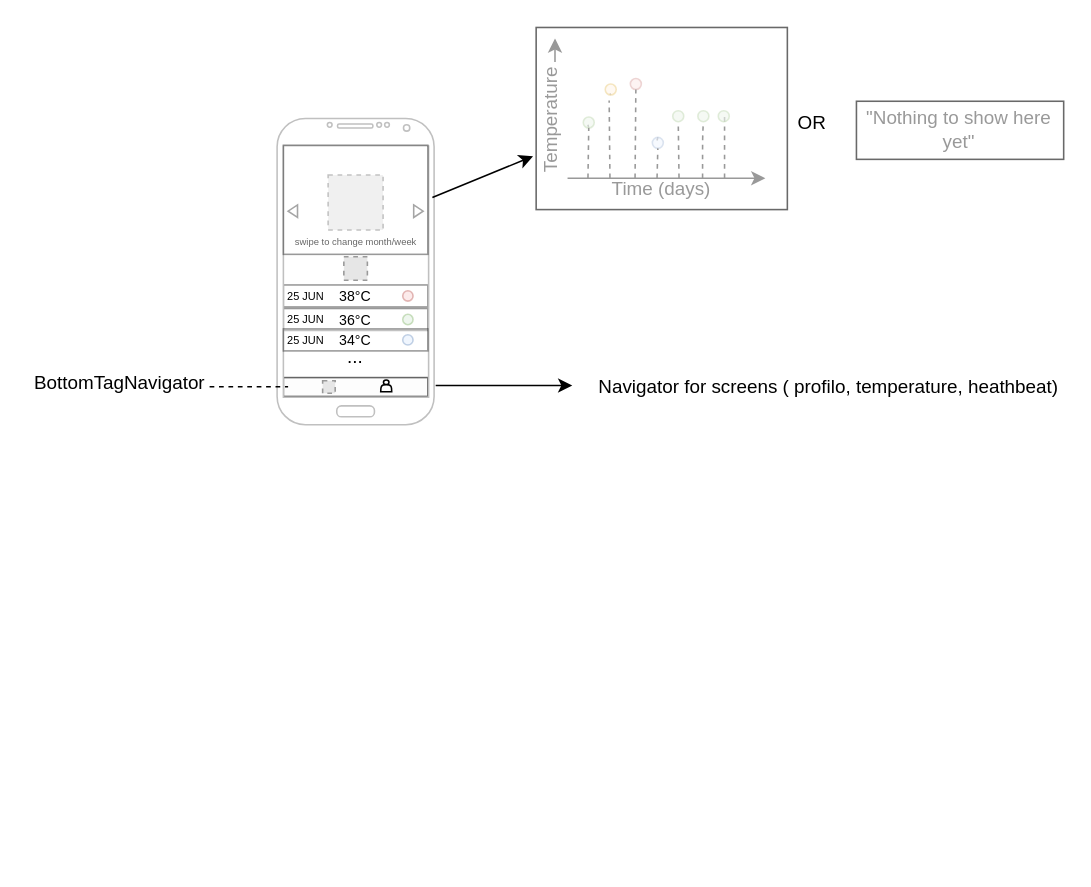
The draw.io diagram docs/mockups/DianaMockup.drawio in Chiyo-no-sake/Diana-Glasses-Application, before the edit. Source tidied: cells renumbered, new cells numbered last; positions are measured from the earlier drawing's top-left corner, leaving out a move shared by most shapes. Both pictures are drawn from the tidied source at 157%, with x=0, y=0 at pixel (27, 27). Pictures stored in the file or linked from it are replaced by grey dashed boxes.
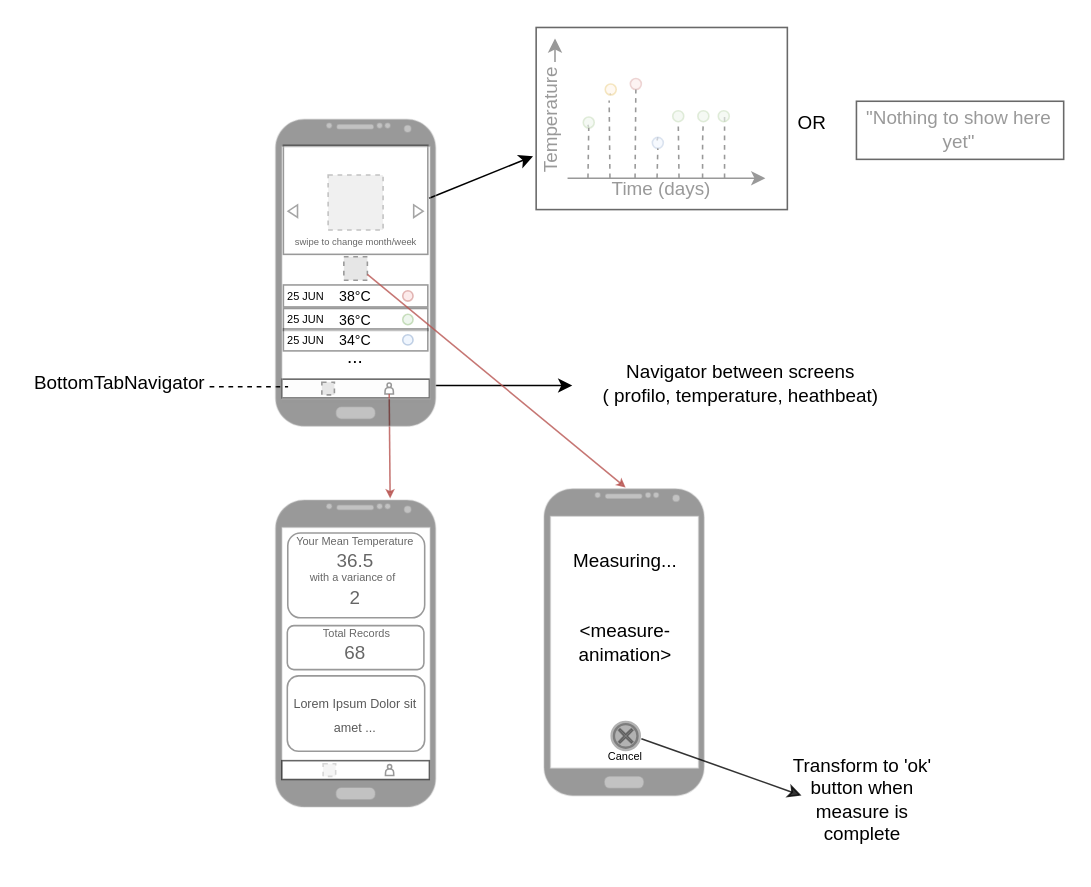
The same diagram, later.

Commit message:
Update DianaMockup.drawio, Prototype screens completed

Unchanged cells that the change refers to:
```xml
<mxCell id="11" style="group;" parent="1" vertex="1">
  <mxGeometry x="163" y="179" width="96" height="74" as="geometry" />
</mxCell>
<mxCell id="20" style="fillColor=#E6E6E6;strokeColor=#999999;dashed=1;html=1;verticalAlign=top;verticalLabelPosition=bottom;labelBackgroundColor=#ffffff;" parent="1" vertex="1">
  <mxGeometry x="201.5" y="146" width="15" height="15" as="geometry" />
</mxCell>
```

Change to the diagram source:
```diff
@@
-    <mxCell id="3" style="group;fillColor=#FCFCFC;strokeColor=none;fontColor=#333333;" parent="1" vertex="1">
-      <mxGeometry x="163" y="223" width="92" height="15" as="geometry" />
-    </mxCell>
-    <mxCell id="4" style="rounded=0;whiteSpace=wrap;html=1;opacity=60;fillColor=#FFFFFF;" parent="3" vertex="1">
-      <mxGeometry width="92" height="12" as="geometry" />
-    </mxCell>
-    <mxCell id="5" style="fillColor=#E6E6E6;strokeColor=#999999;dashed=1;html=1;verticalAlign=top;verticalLabelPosition=bottom;labelBackgroundColor=#ffffff;" parent="3" vertex="1">
-      <mxGeometry x="25" y="2" width="8" height="8" as="geometry" />
-    </mxCell>
-    <mxCell id="6" style="shape=actor;whiteSpace=wrap;html=1;" parent="3" vertex="1">
-      <mxGeometry x="62" y="1.5" width="7" height="7.5" as="geometry" />
-    </mxCell>
@@
-    <mxCell id="15" style="verticalLabelPosition=bottom;verticalAlign=top;html=1;shadow=0;dashed=0;strokeWidth=1;shape=mxgraph.android.phone2;strokeColor=#c0c0c0;" parent="11" vertex="1">
-      <mxGeometry x="-4" y="-121" width="100" height="195" as="geometry" />
-    </mxCell>
+    <mxCell id="3" style="group;fillColor=#FCFCFC;strokeColor=none;fontColor=#333333;" parent="11" vertex="1">
+      <mxGeometry x="-1" y="45" width="94" height="15" as="geometry" />
+    </mxCell>
+    <mxCell id="4" style="rounded=0;whiteSpace=wrap;html=1;opacity=60;fillColor=#FFFFFF;" parent="3" vertex="1">
+      <mxGeometry width="94" height="12" as="geometry" />
+    </mxCell>
+    <mxCell id="5" style="fillColor=#E6E6E6;strokeColor=#999999;dashed=1;html=1;verticalAlign=top;verticalLabelPosition=bottom;labelBackgroundColor=#ffffff;" parent="3" vertex="1">
+      <mxGeometry x="25.5" y="2" width="8" height="8" as="geometry" />
+    </mxCell>
+    <mxCell id="6" style="shape=actor;whiteSpace=wrap;html=1;opacity=40;" parent="3" vertex="1">
+      <mxGeometry x="65.7" y="2.5" width="5.4" height="7" as="geometry" />
+    </mxCell>
@@
-    <mxCell id="21" style="endArrow=classic;html=1;exitX=0.989;exitY=0.258;exitDx=0;exitDy=0;exitPerimeter=0;" parent="1" edge="1" source="15">
+    <mxCell id="21" style="endArrow=classic;html=1;exitX=0.959;exitY=0.257;exitDx=0;exitDy=0;exitPerimeter=0;" parent="1" edge="1" source="62">
       <mxGeometry relative="1" as="geometry">
         <mxPoint x="322" y="82" as="targetPoint" />
       </mxGeometry>
     </mxCell>
@@
-    <mxCell id="58" value="BottomTagNavigator" style="text;html=1;strokeColor=none;fillColor=none;align=center;verticalAlign=middle;whiteSpace=wrap;rounded=0;opacity=60;" parent="1" vertex="1">
+    <mxCell id="58" value="BottomTabNavigator" style="text;html=1;strokeColor=none;fillColor=none;align=center;verticalAlign=middle;whiteSpace=wrap;rounded=0;opacity=60;" parent="1" vertex="1">
       <mxGeometry y="219" width="118" height="16" as="geometry" />
     </mxCell>
-    <mxCell id="59" value="Navigator for screens ( profilo, temperature, heathbeat)" style="text;html=1;align=center;verticalAlign=middle;" parent="1" vertex="1">
-      <mxGeometry x="359" y="220" width="301" height="18" as="geometry" />
+    <mxCell id="59" value="Navigator between&amp;nbsp;screens &lt;br&gt;( profilo, temperature, heathbeat)" style="text;html=1;align=center;verticalAlign=middle;" parent="1" vertex="1">
+      <mxGeometry x="361" y="211" width="185" height="32" as="geometry" />
     </mxCell>
@@
+    <mxCell id="61" style="endArrow=classic;html=1;exitX=0.5;exitY=1;exitDx=0;exitDy=0;fillColor=#f8cecc;strokeColor=#b85450;opacity=80;jumpSize=4;startSize=4;endSize=3;" parent="1" edge="1" source="6">
+      <mxGeometry relative="1" as="geometry">
+        <mxPoint x="231" y="300" as="targetPoint" />
+      </mxGeometry>
+    </mxCell>
+    <mxCell id="62" style="verticalLabelPosition=bottom;verticalAlign=top;html=1;shadow=0;dashed=0;strokeWidth=1;shape=mxgraph.android.phone2;strokeColor=#c0c0c0;fillColor=#000000;opacity=40;" parent="1" vertex="1">
+      <mxGeometry x="158" y="58.5" width="102" height="195.5" as="geometry" />
+    </mxCell>
+    <mxCell id="63" style="verticalLabelPosition=bottom;verticalAlign=top;html=1;shadow=0;dashed=0;strokeWidth=1;shape=mxgraph.android.phone2;strokeColor=#c0c0c0;fillColor=#000000;opacity=40;" parent="1" vertex="1">
+      <mxGeometry x="158" y="301" width="102" height="195.5" as="geometry" />
+    </mxCell>
+    <mxCell id="64" style="fillColor=#E6E6E6;strokeColor=#999999;dashed=1;html=1;verticalAlign=top;verticalLabelPosition=bottom;labelBackgroundColor=#ffffff;" parent="1" vertex="1">
+      <mxGeometry x="188.3" y="469" width="8" height="8" as="geometry" />
+    </mxCell>
+    <mxCell id="65" style="rounded=0;whiteSpace=wrap;html=1;opacity=60;fillColor=#FFFFFF;" parent="1" vertex="1">
+      <mxGeometry x="162" y="467" width="94" height="12" as="geometry" />
+    </mxCell>
+    <mxCell id="66" style="shape=actor;whiteSpace=wrap;html=1;opacity=40;" parent="1" vertex="1">
+      <mxGeometry x="228" y="469.5" width="5.3" height="7" as="geometry" />
+    </mxCell>
+    <mxCell id="67" value="&lt;font style=&quot;font-size: 7px&quot;&gt;Your Mean Temperature&lt;/font&gt;" style="text;html=1;strokeColor=none;fillColor=none;align=center;verticalAlign=middle;whiteSpace=wrap;rounded=0;opacity=40;" parent="1" vertex="1">
+      <mxGeometry x="165.8" y="318" width="86.2" height="15" as="geometry" />
+    </mxCell>
+    <mxCell id="68" value="36.5" style="text;html=1;strokeColor=none;fillColor=none;align=center;verticalAlign=middle;whiteSpace=wrap;rounded=0;opacity=40;" parent="1" vertex="1">
+      <mxGeometry x="189" y="330" width="40" height="20" as="geometry" />
+    </mxCell>
+    <mxCell id="69" value="&lt;font style=&quot;font-size: 7px&quot;&gt;with a variance of&lt;/font&gt;" style="text;html=1;strokeColor=none;fillColor=none;align=center;verticalAlign=middle;whiteSpace=wrap;rounded=0;opacity=40;" parent="1" vertex="1">
+      <mxGeometry x="172" y="341.5" width="71" height="15" as="geometry" />
+    </mxCell>
+    <mxCell id="70" value="2" style="text;html=1;strokeColor=none;fillColor=none;align=center;verticalAlign=middle;whiteSpace=wrap;rounded=0;opacity=40;" parent="1" vertex="1">
+      <mxGeometry x="189.4" y="354" width="40" height="20" as="geometry" />
+    </mxCell>
+    <mxCell id="71" style="rounded=1;whiteSpace=wrap;html=1;opacity=40;" parent="1" vertex="1">
+      <mxGeometry x="165.8" y="322" width="87.2" height="54" as="geometry" />
+    </mxCell>
+    <mxCell id="72" style="group;" parent="1" vertex="1">
+      <mxGeometry x="165.5" y="374" width="87" height="35" as="geometry" />
+    </mxCell>
+    <mxCell id="73" value="&lt;font style=&quot;font-size: 7px&quot;&gt;Total Records&lt;/font&gt;" style="text;html=1;strokeColor=none;fillColor=none;align=center;verticalAlign=middle;whiteSpace=wrap;rounded=0;opacity=40;" parent="72" vertex="1">
+      <mxGeometry x="1" width="86" height="22" as="geometry" />
+    </mxCell>
+    <mxCell id="74" value="68" style="text;html=1;strokeColor=none;fillColor=none;align=center;verticalAlign=middle;whiteSpace=wrap;rounded=0;opacity=40;" parent="72" vertex="1">
+      <mxGeometry x="23.9" y="15" width="40" height="20" as="geometry" />
+    </mxCell>
+    <mxCell id="75" style="rounded=1;whiteSpace=wrap;html=1;opacity=40;" parent="72" vertex="1">
+      <mxGeometry y="7" width="87" height="28" as="geometry" />
+    </mxCell>
+    <mxCell id="76" style="rounded=1;whiteSpace=wrap;html=1;opacity=40;" parent="1" vertex="1">
+      <mxGeometry x="165.5" y="413" width="87.5" height="48" as="geometry" />
+    </mxCell>
+    <mxCell id="77" value="&lt;h1 style=&quot;text-align: justify&quot;&gt;&lt;br&gt;&lt;/h1&gt;" style="text;html=1;strokeColor=none;fillColor=none;spacing=5;spacingTop=-20;whiteSpace=wrap;overflow=hidden;rounded=0;opacity=40;" parent="1" vertex="1">
+      <mxGeometry x="125" y="352" width="134" height="104" as="geometry" />
+    </mxCell>
+    <mxCell id="78" value="&lt;font style=&quot;font-size: 8px&quot; color=&quot;#595959&quot;&gt;Lorem Ipsum Dolor sit amet ...&lt;/font&gt;" style="text;html=1;strokeColor=none;fillColor=none;align=center;verticalAlign=middle;whiteSpace=wrap;rounded=0;opacity=30;" parent="1" vertex="1">
+      <mxGeometry x="167.4" y="414.5" width="84" height="45" as="geometry" />
+    </mxCell>
+    <mxCell id="79" style="endArrow=classic;html=1;exitX=1;exitY=0.75;exitDx=0;exitDy=0;fillColor=#f8cecc;strokeColor=#b85450;opacity=80;jumpSize=4;startSize=4;endSize=3;" parent="1" edge="1" source="20">
+      <mxGeometry relative="1" as="geometry">
+        <mxPoint x="381" y="293" as="targetPoint" />
+      </mxGeometry>
+    </mxCell>
+    <mxCell id="80" style="verticalLabelPosition=bottom;verticalAlign=top;html=1;shadow=0;dashed=0;strokeWidth=1;shape=mxgraph.android.phone2;strokeColor=#c0c0c0;fillColor=#000000;opacity=40;" parent="1" vertex="1">
+      <mxGeometry x="329" y="293.8" width="102" height="195.5" as="geometry" />
+    </mxCell>
+    <mxCell id="81" value="Measuring..." style="text;html=1;strokeColor=none;fillColor=none;align=center;verticalAlign=middle;whiteSpace=wrap;rounded=0;opacity=30;" parent="1" vertex="1">
+      <mxGeometry x="361" y="330" width="40" height="20" as="geometry" />
+    </mxCell>
+    <mxCell id="82" value="&amp;lt;measure-animation&amp;gt;" style="text;html=1;strokeColor=none;fillColor=none;align=center;verticalAlign=middle;whiteSpace=wrap;rounded=0;opacity=30;" parent="1" vertex="1">
+      <mxGeometry x="361" y="381.5" width="40" height="20" as="geometry" />
+    </mxCell>
+    <mxCell id="83" style="shape=mxgraph.bpmn.shape;html=1;verticalLabelPosition=bottom;labelBackgroundColor=#ffffff;verticalAlign=top;align=center;perimeter=ellipsePerimeter;outline=end;symbol=cancel;fillColor=#000000;opacity=30;" parent="1" vertex="1">
+      <mxGeometry x="372.8" y="443" width="16.5" height="16.5" as="geometry" />
+    </mxCell>
+    <mxCell id="84" style="endArrow=classic;html=1;opacity=80;exitX=0.75;exitY=0;exitDx=0;exitDy=0;" parent="1" edge="1" source="85">
+      <mxGeometry relative="1" as="geometry">
+        <mxPoint x="493" y="489.2" as="targetPoint" />
+      </mxGeometry>
+    </mxCell>
+    <mxCell id="85" value="&lt;font style=&quot;font-size: 7px&quot;&gt;Cancel&lt;/font&gt;" style="text;html=1;strokeColor=none;fillColor=none;align=center;verticalAlign=middle;whiteSpace=wrap;rounded=0;opacity=30;" parent="1" vertex="1">
+      <mxGeometry x="361" y="453" width="40" height="20" as="geometry" />
+    </mxCell>
+    <mxCell id="86" value="Transform to 'ok' button when measure is complete" style="text;html=1;strokeColor=none;fillColor=none;align=center;verticalAlign=middle;whiteSpace=wrap;rounded=0;opacity=30;" parent="1" vertex="1">
+      <mxGeometry x="484" y="453" width="96" height="77" as="geometry" />
+    </mxCell>
```
